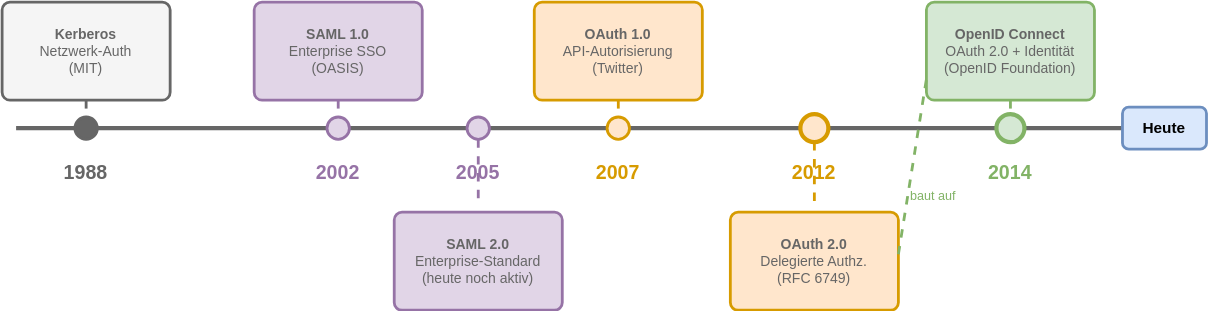
it-erben/training-keycloak keeps this draw.io diagram as slides/02-protokoll-standards/images/protocol_timeline.drawio.svg. Above is the earlier version. Source tidied: cells renumbered, new cells last; positions are measured from the earlier drawing's top-left corner, leaving out a move shared by most shapes.
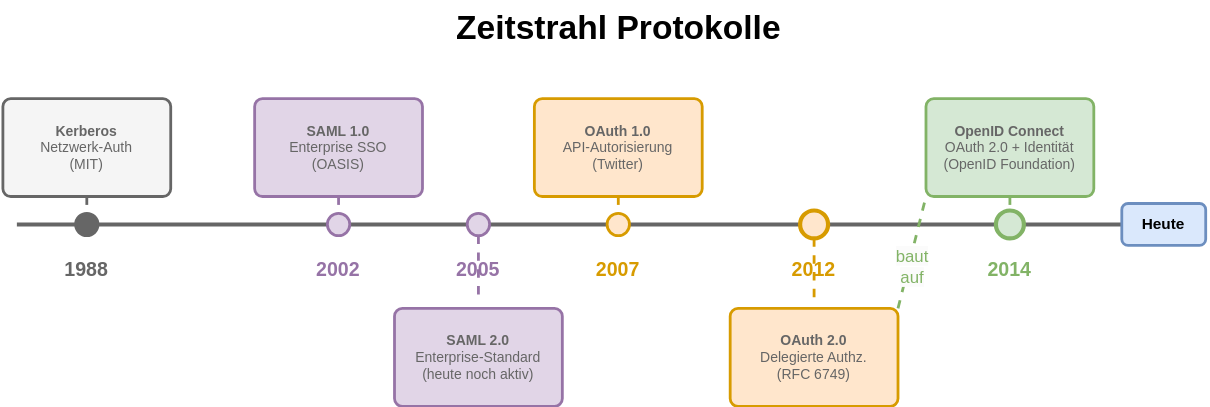
Above is the later version.

The edit, as a diff of the source:
```diff
@@ -98,17 +98,17 @@
         <mxPoint x="720" y="80" as="targetPoint" />
       </mxGeometry>
     </mxCell>
-    <mxCell id="27" style="html=1;strokeColor=#82b366;strokeWidth=2;endArrow=none;dashed=1;rounded=0;" parent="1" edge="1">
-      <mxGeometry relative="1" as="geometry">
-        <mxPoint x="640" y="180" as="sourcePoint" />
-        <mxPoint x="660" y="55" as="targetPoint" />
-      </mxGeometry>
+    <mxCell id="27" style="html=1;strokeColor=#82b366;strokeWidth=2;endArrow=none;dashed=1;rounded=0;entryX=0;entryY=1;entryDx=0;entryDy=0;exitX=1;exitY=0;exitDx=0;exitDy=0;" parent="1" edge="1" source="21" target="25">
+      <mxGeometry relative="1" as="geometry" />
     </mxCell>
-    <mxCell id="28" value="&lt;font style=&quot;font-size:9px&quot; color=&quot;#82b366&quot;&gt;baut auf&lt;/font&gt;" style="text;html=1;strokeColor=none;fillColor=none;align=center;verticalAlign=middle;whiteSpace=wrap;rounded=0;fontColor=#82b366;fontSize=9;" parent="1" vertex="1">
-      <mxGeometry x="640" y="132" width="50" height="14" as="geometry" />
+    <mxCell id="28" value="&lt;span style=&quot;color: rgb(130, 179, 102); font-size: 12px; text-wrap-mode: wrap; background-color: rgb(251, 251, 251);&quot;&gt;baut auf&lt;/span&gt;" style="edgeLabel;html=1;align=center;verticalAlign=middle;" parent="27" vertex="1">
+      <mxGeometry x="-0.21" y="-2" relative="1" as="geometry" />
     </mxCell>
     <mxCell id="29" value="&lt;font style=&quot;font-size:11px&quot;&gt;&lt;b&gt;Heute&lt;/b&gt;&lt;/font&gt;" style="rounded=1;whiteSpace=wrap;html=1;fillColor=#dae8fc;strokeColor=#6c8ebf;strokeWidth=2;align=center;verticalAlign=middle;fontSize=11;" parent="1" vertex="1">
       <mxGeometry x="800" y="75" width="60" height="30" as="geometry" />
     </mxCell>
+    <mxCell id="30" value="Zeitstrahl Protokolle" style="text;strokeColor=none;fillColor=none;html=1;fontSize=24;fontStyle=1;verticalAlign=middle;align=center;" parent="1" vertex="1">
+      <mxGeometry x="390" y="-70" width="100" height="40" as="geometry" />
+    </mxCell>
   </root>
 </mxGraphModel>
```
